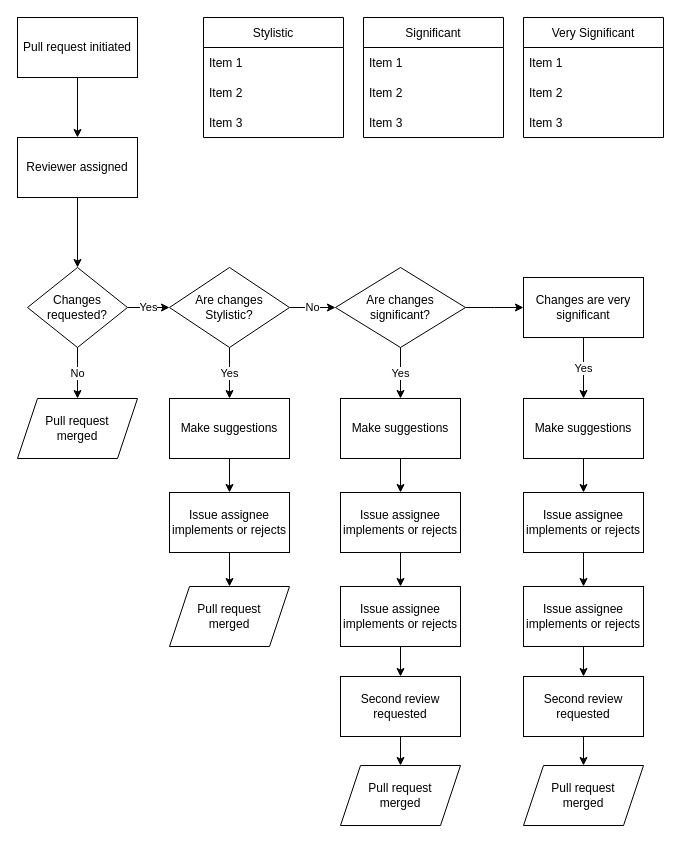
Before: reviewer_workflow.drawio in Defra-Data-Science-Centre-of-Excellence/sds-data-model, a draw.io diagram. Source tidied: cells renumbered, new cells numbered last; positions are measured from the earlier drawing's top-left corner, leaving out a move shared by most shapes. Both pictures are drawn from the tidied source at 100%, with x=0, y=0 at pixel (17, 17).
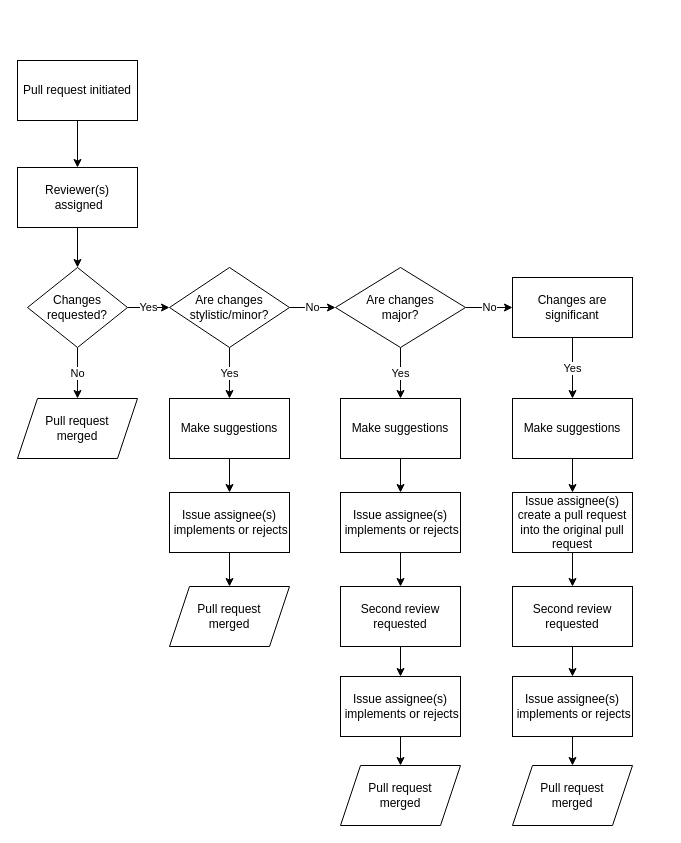
Above is the later version.

What changed in the source:
```diff
@@
     <mxCell id="2" value="Pull request initiated" style="rounded=0;whiteSpace=wrap;html=1;" parent="1" vertex="1">
-      <mxGeometry width="120" height="60" as="geometry" />
+      <mxGeometry y="43" width="120" height="60" as="geometry" />
     </mxCell>
@@
-    <mxCell id="4" value="Reviewer assigned" style="rounded=0;whiteSpace=wrap;html=1;" parent="1" vertex="1">
-      <mxGeometry y="120" width="120" height="60" as="geometry" />
+    <mxCell id="4" value="Reviewer(s)&lt;br&gt;&amp;nbsp;assigned" style="rounded=0;whiteSpace=wrap;html=1;" parent="1" vertex="1">
+      <mxGeometry y="150" width="120" height="60" as="geometry" />
     </mxCell>
@@
-    <mxCell id="10" value="Are changes Stylistic?" style="rhombus;whiteSpace=wrap;html=1;" parent="1" vertex="1">
+    <mxCell id="10" value="Are changes stylistic/minor?" style="rhombus;whiteSpace=wrap;html=1;" parent="1" vertex="1">
       <mxGeometry x="152" y="250" width="120" height="80" as="geometry" />
     </mxCell>
@@
-    <mxCell id="14" value="Issue assignee implements or rejects" style="rounded=0;whiteSpace=wrap;html=1;" parent="1" vertex="1">
+    <mxCell id="14" value="Issue assignee(s)&lt;br&gt;&amp;nbsp;implements or rejects" style="rounded=0;whiteSpace=wrap;html=1;" parent="1" vertex="1">
       <mxGeometry x="152" y="475" width="120" height="60" as="geometry" />
     </mxCell>
@@
-    <mxCell id="17" value="Very Significant" style="swimlane;fontStyle=0;horizontal=1;startSize=30;" parent="1" vertex="1">
-      <mxGeometry x="506" width="140" height="120" as="geometry" />
-    </mxCell>
-    <mxCell id="18" value="Item 1" style="text;strokeColor=none;fillColor=none;align=left;verticalAlign=middle;spacingLeft=4;spacingRight=4;overflow=hidden;" parent="17" vertex="1">
-      <mxGeometry y="30" width="140" height="30" as="geometry" />
-    </mxCell>
-    <mxCell id="19" value="Item 2" style="text;strokeColor=none;fillColor=none;align=left;verticalAlign=middle;spacingLeft=4;spacingRight=4;overflow=hidden;" parent="17" vertex="1">
-      <mxGeometry y="60" width="140" height="30" as="geometry" />
-    </mxCell>
-    <mxCell id="20" value="Item 3" style="text;strokeColor=none;fillColor=none;align=left;verticalAlign=middle;spacingLeft=4;spacingRight=4;overflow=hidden;" parent="17" vertex="1">
-      <mxGeometry y="90" width="140" height="30" as="geometry" />
-    </mxCell>
-    <mxCell id="21" value="Stylistic" style="swimlane;fontStyle=0;horizontal=1;startSize=30;" parent="1" vertex="1">
-      <mxGeometry x="186" width="140" height="120" as="geometry" />
-    </mxCell>
-    <mxCell id="22" value="Item 1" style="text;strokeColor=none;fillColor=none;align=left;verticalAlign=middle;spacingLeft=4;spacingRight=4;overflow=hidden;" parent="21" vertex="1">
-      <mxGeometry y="30" width="140" height="30" as="geometry" />
-    </mxCell>
-    <mxCell id="23" value="Item 2" style="text;strokeColor=none;fillColor=none;align=left;verticalAlign=middle;spacingLeft=4;spacingRight=4;overflow=hidden;" parent="21" vertex="1">
-      <mxGeometry y="60" width="140" height="30" as="geometry" />
-    </mxCell>
-    <mxCell id="24" value="Item 3" style="text;strokeColor=none;fillColor=none;align=left;verticalAlign=middle;spacingLeft=4;spacingRight=4;overflow=hidden;" parent="21" vertex="1">
-      <mxGeometry y="90" width="140" height="30" as="geometry" />
-    </mxCell>
-    <mxCell id="25" value="Significant" style="swimlane;fontStyle=0;horizontal=1;startSize=30;" parent="1" vertex="1">
-      <mxGeometry x="346" width="140" height="120" as="geometry" />
-    </mxCell>
-    <mxCell id="26" value="Item 1" style="text;strokeColor=none;fillColor=none;align=left;verticalAlign=middle;spacingLeft=4;spacingRight=4;overflow=hidden;" parent="25" vertex="1">
-      <mxGeometry y="30" width="140" height="30" as="geometry" />
-    </mxCell>
-    <mxCell id="27" value="Item 2" style="text;strokeColor=none;fillColor=none;align=left;verticalAlign=middle;spacingLeft=4;spacingRight=4;overflow=hidden;" parent="25" vertex="1">
-      <mxGeometry y="60" width="140" height="30" as="geometry" />
-    </mxCell>
-    <mxCell id="28" value="Item 3" style="text;strokeColor=none;fillColor=none;align=left;verticalAlign=middle;spacingLeft=4;spacingRight=4;overflow=hidden;" parent="25" vertex="1">
-      <mxGeometry y="90" width="140" height="30" as="geometry" />
-    </mxCell>
@@
-    <mxCell id="30" style="edgeStyle=orthogonalEdgeStyle;rounded=0;jettySize=auto;html=1;" parent="1" edge="1" source="31">
-      <mxGeometry relative="1" as="geometry">
-        <mxPoint x="506" y="290" as="targetPoint" />
-      </mxGeometry>
+    <mxCell id="30" value="No" style="edgeStyle=orthogonalEdgeStyle;rounded=0;jettySize=auto;html=1;entryX=0;entryY=0.5;entryDx=0;entryDy=0;" parent="1" edge="1" source="31" target="51">
+      <mxGeometry relative="1" as="geometry" />
     </mxCell>
-    <mxCell id="31" value="Are changes &lt;br&gt;significant?" style="rhombus;whiteSpace=wrap;html=1;" parent="1" vertex="1">
+    <mxCell id="31" value="Are changes &lt;br&gt;major?" style="rhombus;whiteSpace=wrap;html=1;" parent="1" vertex="1">
       <mxGeometry x="318" y="250" width="130" height="80" as="geometry" />
     </mxCell>
@@
-    <mxCell id="35" value="Issue assignee implements or rejects" style="rounded=0;whiteSpace=wrap;html=1;" parent="1" vertex="1">
+    <mxCell id="35" value="Issue assignee(s)&lt;br&gt;&amp;nbsp;implements or rejects" style="rounded=0;whiteSpace=wrap;html=1;" parent="1" vertex="1">
       <mxGeometry x="323" y="475" width="120" height="60" as="geometry" />
     </mxCell>
@@
-    <mxCell id="38" value="Issue assignee implements or rejects" style="rounded=0;whiteSpace=wrap;html=1;" parent="1" vertex="1">
+    <mxCell id="38" value="Second review requested" style="rounded=0;whiteSpace=wrap;html=1;" parent="1" vertex="1">
       <mxGeometry x="323" y="569" width="120" height="60" as="geometry" />
     </mxCell>
@@
-    <mxCell id="40" value="Second review requested" style="rounded=0;whiteSpace=wrap;html=1;" parent="1" vertex="1">
+    <mxCell id="40" value="Issue assignee(s)&lt;br&gt;&amp;nbsp;implements or rejects" style="rounded=0;whiteSpace=wrap;html=1;" parent="1" vertex="1">
       <mxGeometry x="323" y="659" width="120" height="60" as="geometry" />
     </mxCell>
@@
     <mxCell id="43" value="Make suggestions" style="rounded=0;whiteSpace=wrap;html=1;" parent="1" vertex="1">
-      <mxGeometry x="506" y="381" width="120" height="60" as="geometry" />
+      <mxGeometry x="495" y="381" width="120" height="60" as="geometry" />
     </mxCell>
@@
-    <mxCell id="45" value="Issue assignee implements or rejects" style="rounded=0;whiteSpace=wrap;html=1;" parent="1" vertex="1">
-      <mxGeometry x="506" y="475" width="120" height="60" as="geometry" />
+    <mxCell id="45" value="Issue assignee(s) create a pull request into the original pull request" style="rounded=0;whiteSpace=wrap;html=1;" parent="1" vertex="1">
+      <mxGeometry x="495" y="475" width="120" height="60" as="geometry" />
     </mxCell>
     <mxCell id="46" value="Pull request &lt;br&gt;merged" style="shape=parallelogram;perimeter=parallelogramPerimeter;whiteSpace=wrap;html=1;fixedSize=1;" parent="1" vertex="1">
-      <mxGeometry x="506" y="748" width="120" height="60" as="geometry" />
+      <mxGeometry x="495" y="748" width="120" height="60" as="geometry" />
     </mxCell>
@@
-    <mxCell id="48" value="Issue assignee implements or rejects" style="rounded=0;whiteSpace=wrap;html=1;" parent="1" vertex="1">
-      <mxGeometry x="506" y="569" width="120" height="60" as="geometry" />
+    <mxCell id="48" value="Second review requested" style="rounded=0;whiteSpace=wrap;html=1;" parent="1" vertex="1">
+      <mxGeometry x="495" y="569" width="120" height="60" as="geometry" />
     </mxCell>
@@
-    <mxCell id="50" value="Second review requested" style="rounded=0;whiteSpace=wrap;html=1;" parent="1" vertex="1">
-      <mxGeometry x="506" y="659" width="120" height="60" as="geometry" />
+    <mxCell id="50" value="Issue assignee(s)&lt;br&gt;&amp;nbsp;implements or rejects" style="rounded=0;whiteSpace=wrap;html=1;" parent="1" vertex="1">
+      <mxGeometry x="495" y="659" width="120" height="60" as="geometry" />
     </mxCell>
-    <mxCell id="51" value="Changes are very significant" style="rounded=0;whiteSpace=wrap;html=1;" parent="1" vertex="1">
-      <mxGeometry x="506" y="260" width="120" height="60" as="geometry" />
+    <mxCell id="51" value="Changes are significant" style="rounded=0;whiteSpace=wrap;html=1;" parent="1" vertex="1">
+      <mxGeometry x="495" y="260" width="120" height="60" as="geometry" />
     </mxCell>
```
